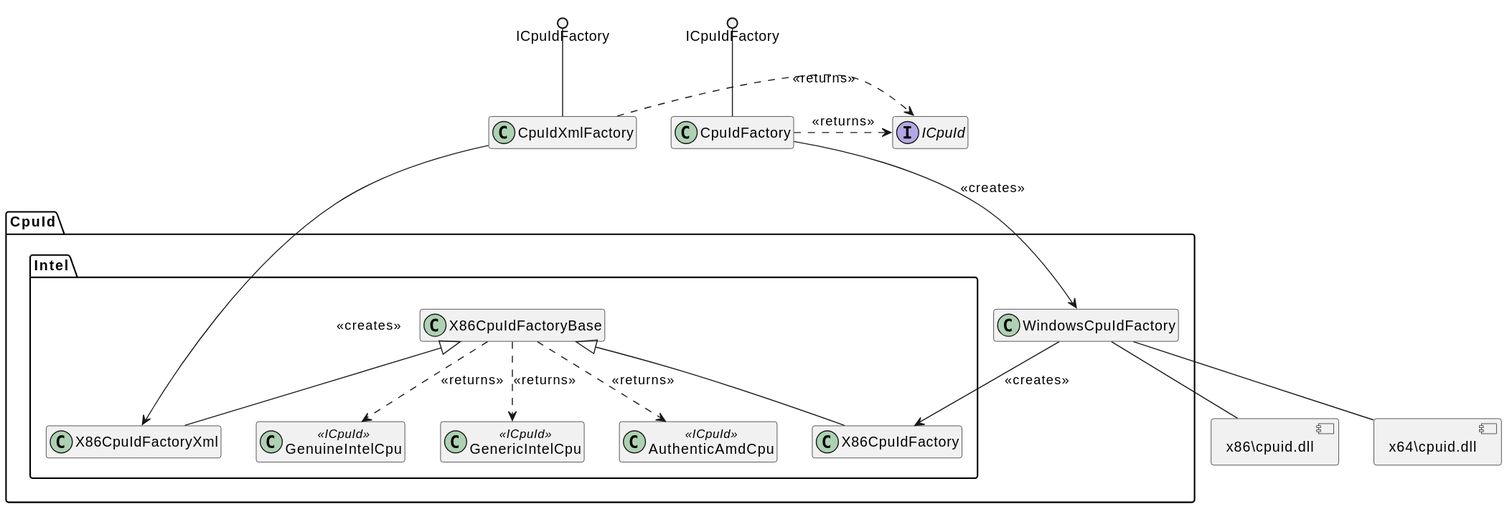
Before: CpuId/docs/assets/CpuIdFactory/CpuIdFactory.svg, a diagram exported from PlantUML (jcurl/RJCP.DLL.CpuId). Its diagram source:
```plantuml
@startuml
allowmixing
hide empty members

enum CpuVendor
hide CpuVendor

interface ICpuId { }


class CpuIdXmlFactory { }
class CpuIdFactory { }

component [x86\\cpuid.dll] as x86cpuidwin
component [x64\\cpuid.dll] as x64cpuidwin

ICpuIdFactory ()-- CpuIdXmlFactory
ICpuIdFactory ()-- CpuIdFactory

namespace CpuId {
    class WindowsCpuIdFactory { }

    namespace CpuId.Intel {
        class X86CpuIdFactoryBase { }
        class X86CpuIdFactory { }
        class X86CpuIdFactoryXml { }

        class GenuineIntelCpu <<ICpuId>> { }
        class GenericIntelCpu <<ICpuId>> { }
        class AuthenticAmdCpu <<ICpuId>> { }
    }
}

CpuId.Intel.X86CpuIdFactoryBase <|-- CpuId.Intel.X86CpuIdFactory

CpuIdFactory --> CpuId.WindowsCpuIdFactory : <<creates>>
CpuIdFactory .> ICpuId : <<returns>>

CpuId.WindowsCpuIdFactory --> CpuId.Intel.X86CpuIdFactory : <<creates>>
CpuId.WindowsCpuIdFactory -- x86cpuidwin
CpuId.WindowsCpuIdFactory -- x64cpuidwin

CpuId.Intel.X86CpuIdFactoryBase ..> CpuId.Intel.GenuineIntelCpu : <<returns>>
CpuId.Intel.X86CpuIdFactoryBase ..> CpuId.Intel.GenericIntelCpu : <<returns>>
CpuId.Intel.X86CpuIdFactoryBase ..> CpuId.Intel.AuthenticAmdCpu : <<returns>>

CpuIdXmlFactory --> CpuId.Intel.X86CpuIdFactoryXml : <<creates>>
CpuIdXmlFactory .> ICpuId : <<returns>>
CpuId.Intel.X86CpuIdFactoryBase <|-- CpuId.Intel.X86CpuIdFactoryXml
@enduml
```
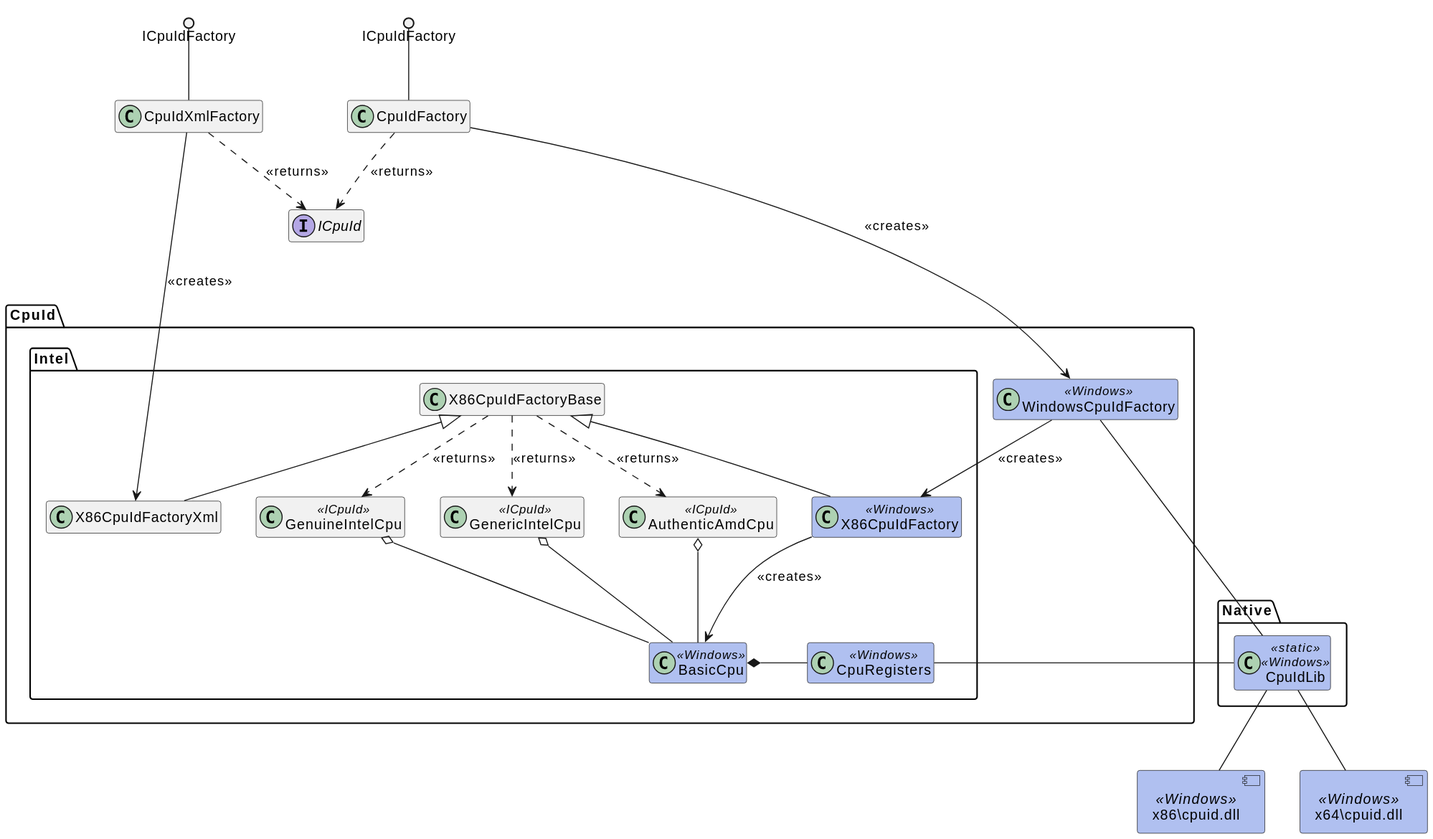
After the change.

What changed in the source:
```diff
@@ -1,6 +1,13 @@
 @startuml
 allowmixing
 hide empty members
+
+skinparam component {
+    BackgroundColor<<Windows>> #B0C0F0
+}
+skinparam class {
+    BackgroundColor<<Windows>> #B0C0F0
+}
 
 enum CpuVendor
 hide CpuVendor
@@ -11,19 +18,26 @@
 class CpuIdXmlFactory { }
 class CpuIdFactory { }
 
-component [x86\\cpuid.dll] as x86cpuidwin
-component [x64\\cpuid.dll] as x64cpuidwin
+component [x86\\cpuid.dll] as x86cpuidwin <<Windows>>
+component [x64\\cpuid.dll] as x64cpuidwin <<Windows>>
 
 ICpuIdFactory ()-- CpuIdXmlFactory
 ICpuIdFactory ()-- CpuIdFactory
 
+namespace Native {
+    class CpuIdLib <<static>> <<Windows>>
+}
+
 namespace CpuId {
-    class WindowsCpuIdFactory { }
+    class WindowsCpuIdFactory <<Windows>> { }
 
     namespace CpuId.Intel {
         class X86CpuIdFactoryBase { }
-        class X86CpuIdFactory { }
+        class X86CpuIdFactory <<Windows>> { }
         class X86CpuIdFactoryXml { }
+
+        class BasicCpu <<Windows>> { }
+        class CpuRegisters <<Windows>> { }
 
         class GenuineIntelCpu <<ICpuId>> { }
         class GenericIntelCpu <<ICpuId>> { }
@@ -31,20 +45,27 @@
     }
 }
 
-CpuId.Intel.X86CpuIdFactoryBase <|-- CpuId.Intel.X86CpuIdFactory
+CpuId.Intel.X86CpuIdFactoryBase <|-d- CpuId.Intel.X86CpuIdFactory
+CpuId.Intel.X86CpuIdFactory -d-> CpuId.Intel.BasicCpu : <<creates>>
+CpuId.Intel.GenuineIntelCpu o-d- CpuId.Intel.BasicCpu
+CpuId.Intel.GenericIntelCpu o-d- CpuId.Intel.BasicCpu
+CpuId.Intel.AuthenticAmdCpu o-d- CpuId.Intel.BasicCpu
+CpuId.Intel.BasicCpu *-r- CpuId.Intel.CpuRegisters
+CpuId.Intel.CpuRegisters -r- Native.CpuIdLib
 
-CpuIdFactory --> CpuId.WindowsCpuIdFactory : <<creates>>
-CpuIdFactory .> ICpuId : <<returns>>
+CpuIdFactory -d--> CpuId.WindowsCpuIdFactory : <<creates>>
+CpuIdFactory .d.> ICpuId : <<returns>>
 
 CpuId.WindowsCpuIdFactory --> CpuId.Intel.X86CpuIdFactory : <<creates>>
-CpuId.WindowsCpuIdFactory -- x86cpuidwin
-CpuId.WindowsCpuIdFactory -- x64cpuidwin
+CpuId.WindowsCpuIdFactory -- Native.CpuIdLib
+Native.CpuIdLib -- x86cpuidwin
+Native.CpuIdLib -- x64cpuidwin
 
 CpuId.Intel.X86CpuIdFactoryBase ..> CpuId.Intel.GenuineIntelCpu : <<returns>>
 CpuId.Intel.X86CpuIdFactoryBase ..> CpuId.Intel.GenericIntelCpu : <<returns>>
 CpuId.Intel.X86CpuIdFactoryBase ..> CpuId.Intel.AuthenticAmdCpu : <<returns>>
 
-CpuIdXmlFactory --> CpuId.Intel.X86CpuIdFactoryXml : <<creates>>
-CpuIdXmlFactory .> ICpuId : <<returns>>
+CpuIdXmlFactory -d---> CpuId.Intel.X86CpuIdFactoryXml : <<creates>>
+CpuIdXmlFactory .d.> ICpuId : <<returns>>
 CpuId.Intel.X86CpuIdFactoryBase <|-- CpuId.Intel.X86CpuIdFactoryXml
 @enduml
```
